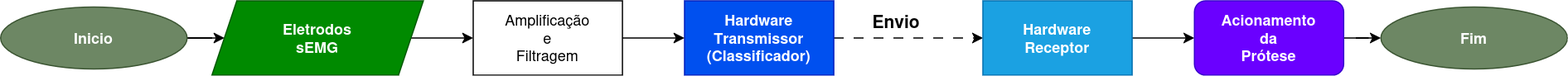
Earlier version of the draw.io export 3_proposta_desenvolvimento/assets/FluxogramaGeralHorizontal.png (SrAlegre/TCC). Source tidied: cells renumbered, new cells last; positions are measured from the earlier drawing's top-left corner, leaving out a move shared by most shapes. Its diagram source:
```xml
<mxGraphModel>
  <root>
    <mxCell id="0" />
    <mxCell id="1" parent="0" />
    <mxCell id="2" style="edgeStyle=orthogonalEdgeStyle;rounded=0;jettySize=auto;html=1;fontStyle=1;strokeColor=light-dark(#000000,#141414);" parent="1" edge="1" source="3" target="5">
      <mxGeometry relative="1" as="geometry" />
    </mxCell>
    <mxCell id="3" value="Inicio" style="ellipse;whiteSpace=wrap;html=1;fillColor=#6d8764;fontColor=#ffffff;strokeColor=#3A5431;fontStyle=1;" parent="1" vertex="1">
      <mxGeometry y="5" width="150" height="50" as="geometry" />
    </mxCell>
    <mxCell id="4" style="edgeStyle=orthogonalEdgeStyle;rounded=0;jettySize=auto;html=1;" parent="1" edge="1" source="5" target="15">
      <mxGeometry relative="1" as="geometry" />
    </mxCell>
    <mxCell id="5" value="&lt;div&gt;Eletrodos&lt;/div&gt;&lt;div&gt;sEMG&lt;/div&gt;" style="shape=parallelogram;perimeter=parallelogramPerimeter;whiteSpace=wrap;html=1;fixedSize=1;fillColor=#008a00;fontColor=#ffffff;strokeColor=#005700;fontStyle=1;" parent="1" vertex="1">
      <mxGeometry x="170" width="170" height="60" as="geometry" />
    </mxCell>
    <mxCell id="6" style="edgeStyle=orthogonalEdgeStyle;rounded=0;jettySize=auto;html=1;fontStyle=1;dashed=1;dashPattern=8 8;strokeColor=light-dark(#000000,#141414);align=center;" parent="1" edge="1" source="8" target="10">
      <mxGeometry relative="1" as="geometry" />
    </mxCell>
    <mxCell id="7" value="Envio" style="edgeLabel;html=1;align=center;verticalAlign=middle;fontStyle=1;fontSize=14;" parent="6" vertex="1">
      <mxGeometry x="-0.33" y="6" relative="1" as="geometry">
        <mxPoint x="9" y="-8" as="offset" />
      </mxGeometry>
    </mxCell>
    <mxCell id="8" value="&lt;div&gt;Hardware&lt;/div&gt;&lt;div&gt;Transmissor&lt;/div&gt;(Classificador)" style="rounded=0;whiteSpace=wrap;html=1;fillColor=#0050ef;fontColor=#ffffff;strokeColor=#001DBC;fontStyle=1;" parent="1" vertex="1">
      <mxGeometry x="550" width="120" height="60" as="geometry" />
    </mxCell>
    <mxCell id="9" style="edgeStyle=orthogonalEdgeStyle;rounded=0;jettySize=auto;html=1;fontStyle=1;strokeColor=light-dark(#000000,#141414);" parent="1" edge="1" source="10" target="12">
      <mxGeometry relative="1" as="geometry" />
    </mxCell>
    <mxCell id="10" value="&lt;div&gt;Hardware&lt;/div&gt;&lt;div&gt;Receptor&lt;/div&gt;" style="rounded=0;whiteSpace=wrap;html=1;fillColor=#1ba1e2;fontColor=#ffffff;strokeColor=#006EAF;fontStyle=1;" parent="1" vertex="1">
      <mxGeometry x="790" width="120" height="60" as="geometry" />
    </mxCell>
    <mxCell id="11" style="edgeStyle=orthogonalEdgeStyle;rounded=0;jettySize=auto;html=1;strokeColor=light-dark(#000000,#141414);" parent="1" edge="1" source="12" target="13">
      <mxGeometry relative="1" as="geometry" />
    </mxCell>
    <mxCell id="12" value="&lt;div&gt;Acionamento&lt;/div&gt;&lt;div&gt;da&lt;/div&gt;&lt;div&gt;&lt;span&gt;Prótese&lt;/span&gt;&lt;/div&gt;" style="rounded=1;whiteSpace=wrap;html=1;fillColor=#6a00ff;strokeColor=#3700CC;fontStyle=1;fontColor=#ffffff;" parent="1" vertex="1">
      <mxGeometry x="960" width="120" height="60" as="geometry" />
    </mxCell>
    <mxCell id="13" value="Fim" style="ellipse;whiteSpace=wrap;html=1;fillColor=#6d8764;fontColor=#ffffff;strokeColor=#3A5431;fontStyle=1;" parent="1" vertex="1">
      <mxGeometry x="1110" y="5" width="150" height="50" as="geometry" />
    </mxCell>
    <mxCell id="14" style="edgeStyle=orthogonalEdgeStyle;rounded=0;jettySize=auto;html=1;" parent="1" edge="1" source="15" target="8">
      <mxGeometry relative="1" as="geometry" />
    </mxCell>
    <mxCell id="15" value="&lt;div&gt;Amplificação&lt;/div&gt;&lt;div&gt;e&lt;/div&gt;&lt;div&gt;Filtragem&lt;/div&gt;" style="rounded=0;whiteSpace=wrap;html=1;" parent="1" vertex="1">
      <mxGeometry x="380" width="120" height="60" as="geometry" />
    </mxCell>
  </root>
</mxGraphModel>
```
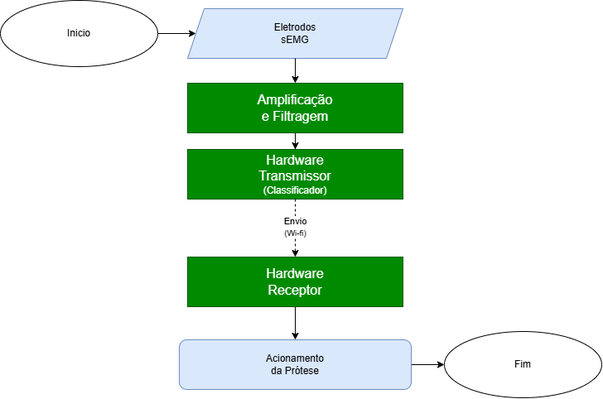
The same file after the commit.

Commit message:
Colocado fonte do autor e alterado a image do fluxograma

Diff of the diagram source:
```diff
@@ -2,49 +2,65 @@
   <root>
     <mxCell id="0" />
     <mxCell id="1" parent="0" />
-    <mxCell id="2" style="edgeStyle=orthogonalEdgeStyle;rounded=0;jettySize=auto;html=1;fontStyle=1;strokeColor=light-dark(#000000,#141414);" parent="1" edge="1" source="3" target="5">
+    <mxCell id="2" style="edgeStyle=orthogonalEdgeStyle;rounded=0;jettySize=auto;html=1;" parent="1" edge="1" source="3" target="5">
       <mxGeometry relative="1" as="geometry" />
     </mxCell>
-    <mxCell id="3" value="Inicio" style="ellipse;whiteSpace=wrap;html=1;fillColor=#6d8764;fontColor=#ffffff;strokeColor=#3A5431;fontStyle=1;" parent="1" vertex="1">
-      <mxGeometry y="5" width="150" height="50" as="geometry" />
+    <mxCell id="3" value="Inicio" style="ellipse;whiteSpace=wrap;html=1;" parent="1" vertex="1">
+      <mxGeometry x="54" y="-70" width="190" height="80" as="geometry" />
     </mxCell>
-    <mxCell id="4" style="edgeStyle=orthogonalEdgeStyle;rounded=0;jettySize=auto;html=1;" parent="1" edge="1" source="5" target="15">
-      <mxGeometry relative="1" as="geometry" />
-    </mxCell>
-    <mxCell id="5" value="&lt;div&gt;Eletrodos&lt;/div&gt;&lt;div&gt;sEMG&lt;/div&gt;" style="shape=parallelogram;perimeter=parallelogramPerimeter;whiteSpace=wrap;html=1;fixedSize=1;fillColor=#008a00;fontColor=#ffffff;strokeColor=#005700;fontStyle=1;" parent="1" vertex="1">
-      <mxGeometry x="170" width="170" height="60" as="geometry" />
-    </mxCell>
+    <mxCell id="14" style="edgeStyle=orthogonalEdgeStyle;rounded=0;jettySize=auto;html=1;" parent="1" edge="1" source="15" target="8">
+      <mxGeometry relative="1" as="geometry" />
+    </mxCell>
+    <mxCell id="15" value="&lt;div&gt;&lt;span style=&quot;font-size: 16px;&quot;&gt;Amplificação&lt;/span&gt;&lt;/div&gt;&lt;div&gt;&lt;span style=&quot;font-size: 16px;&quot;&gt;e Filtragem&lt;/span&gt;&lt;/div&gt;" style="rounded=0;whiteSpace=wrap;html=1;fillColor=#008a00;fontColor=#ffffff;strokeColor=#005700;" parent="1" vertex="1">
+      <mxGeometry x="280" y="30" width="260" height="60" as="geometry" />
+    </mxCell>
-    <mxCell id="6" style="edgeStyle=orthogonalEdgeStyle;rounded=0;jettySize=auto;html=1;fontStyle=1;dashed=1;dashPattern=8 8;strokeColor=light-dark(#000000,#141414);align=center;" parent="1" edge="1" source="8" target="10">
+    <mxCell id="6" style="edgeStyle=orthogonalEdgeStyle;rounded=0;jettySize=auto;html=1;dashed=1;" parent="1" edge="1" source="8" target="10">
       <mxGeometry relative="1" as="geometry" />
     </mxCell>
-    <mxCell id="7" value="Envio" style="edgeLabel;html=1;align=center;verticalAlign=middle;fontStyle=1;fontSize=14;" parent="6" vertex="1">
-      <mxGeometry x="-0.33" y="6" relative="1" as="geometry">
-        <mxPoint x="9" y="-8" as="offset" />
-      </mxGeometry>
-    </mxCell>
+    <mxCell id="16" value="Envio&lt;div&gt;&lt;font style=&quot;font-size: 10px;&quot;&gt;(Wi-fi)&lt;/font&gt;&lt;/div&gt;" style="edgeLabel;html=1;align=center;verticalAlign=middle;" parent="6" vertex="1">
+      <mxGeometry x="-0.04" y="-1" relative="1" as="geometry" />
+    </mxCell>
-    <mxCell id="8" value="&lt;div&gt;Hardware&lt;/div&gt;&lt;div&gt;Transmissor&lt;/div&gt;(Classificador)" style="rounded=0;whiteSpace=wrap;html=1;fillColor=#0050ef;fontColor=#ffffff;strokeColor=#001DBC;fontStyle=1;" parent="1" vertex="1">
-      <mxGeometry x="550" width="120" height="60" as="geometry" />
+    <mxCell id="8" value="&lt;span style=&quot;font-size: 16px;&quot;&gt;Hardware&lt;/span&gt;&lt;div&gt;&lt;span style=&quot;font-size: 16px;&quot;&gt;Transmissor&lt;/span&gt;&lt;/div&gt;&lt;div&gt;&lt;font&gt;(Classificador)&lt;/font&gt;&lt;/div&gt;" style="rounded=0;whiteSpace=wrap;html=1;fillColor=#008a00;fontColor=#ffffff;strokeColor=#005700;" parent="1" vertex="1">
+      <mxGeometry x="280" y="110" width="260" height="60" as="geometry" />
     </mxCell>
+    <mxCell id="17" style="edgeStyle=orthogonalEdgeStyle;rounded=0;jettySize=auto;html=1;" parent="1" edge="1" target="x">
+      <mxGeometry relative="1" as="geometry">
+        <mxPoint x="538" y="220" as="sourcePoint" />
+      </mxGeometry>
+    </mxCell>
+    <mxCell id="18" style="edgeStyle=orthogonalEdgeStyle;rounded=0;orthogonalLoop=1;jettySize=auto;html=1;innerLoopWaypoints=1;exitX=0.5;exitY=1;exitDx=0;exitDy=0;" parent="1" edge="1">
+      <mxGeometry relative="1" as="geometry">
+        <mxPoint x="659" y="260" as="sourcePoint" />
+        <mxPoint x="659" y="260" as="targetPoint" />
+      </mxGeometry>
+    </mxCell>
-    <mxCell id="9" style="edgeStyle=orthogonalEdgeStyle;rounded=0;jettySize=auto;html=1;fontStyle=1;strokeColor=light-dark(#000000,#141414);" parent="1" edge="1" source="10" target="12">
+    <mxCell id="9" style="edgeStyle=orthogonalEdgeStyle;rounded=0;jettySize=auto;html=1;" parent="1" edge="1" source="10" target="12">
       <mxGeometry relative="1" as="geometry" />
     </mxCell>
-    <mxCell id="10" value="&lt;div&gt;Hardware&lt;/div&gt;&lt;div&gt;Receptor&lt;/div&gt;" style="rounded=0;whiteSpace=wrap;html=1;fillColor=#1ba1e2;fontColor=#ffffff;strokeColor=#006EAF;fontStyle=1;" parent="1" vertex="1">
-      <mxGeometry x="790" width="120" height="60" as="geometry" />
+    <mxCell id="10" value="&lt;span style=&quot;font-size: 16px;&quot;&gt;Hardware&lt;/span&gt;&lt;div&gt;&lt;span style=&quot;font-size: 16px;&quot;&gt;Receptor&lt;/span&gt;&lt;/div&gt;" style="rounded=0;whiteSpace=wrap;html=1;fillColor=#008a00;fontColor=#ffffff;strokeColor=#005700;" parent="1" vertex="1">
+      <mxGeometry x="280" y="240" width="260" height="60" as="geometry" />
     </mxCell>
-    <mxCell id="11" style="edgeStyle=orthogonalEdgeStyle;rounded=0;jettySize=auto;html=1;strokeColor=light-dark(#000000,#141414);" parent="1" edge="1" source="12" target="13">
+    <mxCell id="11" style="edgeStyle=orthogonalEdgeStyle;rounded=0;jettySize=auto;html=1;" parent="1" edge="1" source="12" target="13">
       <mxGeometry relative="1" as="geometry" />
     </mxCell>
-    <mxCell id="12" value="&lt;div&gt;Acionamento&lt;/div&gt;&lt;div&gt;da&lt;/div&gt;&lt;div&gt;&lt;span&gt;Prótese&lt;/span&gt;&lt;/div&gt;" style="rounded=1;whiteSpace=wrap;html=1;fillColor=#6a00ff;strokeColor=#3700CC;fontStyle=1;fontColor=#ffffff;" parent="1" vertex="1">
-      <mxGeometry x="960" width="120" height="60" as="geometry" />
+    <mxCell id="12" value="Acionamento&lt;div&gt;da Prótese&lt;/div&gt;" style="rounded=1;whiteSpace=wrap;html=1;fillColor=#dae8fc;strokeColor=#6c8ebf;" parent="1" vertex="1">
+      <mxGeometry x="270" y="340" width="280" height="60" as="geometry" />
     </mxCell>
-    <mxCell id="13" value="Fim" style="ellipse;whiteSpace=wrap;html=1;fillColor=#6d8764;fontColor=#ffffff;strokeColor=#3A5431;fontStyle=1;" parent="1" vertex="1">
-      <mxGeometry x="1110" y="5" width="150" height="50" as="geometry" />
+    <mxCell id="13" value="Fim" style="ellipse;whiteSpace=wrap;html=1;" parent="1" vertex="1">
+      <mxGeometry x="590" y="330" width="190" height="80" as="geometry" />
     </mxCell>
-    <mxCell id="14" style="edgeStyle=orthogonalEdgeStyle;rounded=0;jettySize=auto;html=1;" parent="1" edge="1" source="15" target="8">
-      <mxGeometry relative="1" as="geometry" />
-    </mxCell>
-    <mxCell id="15" value="&lt;div&gt;Amplificação&lt;/div&gt;&lt;div&gt;e&lt;/div&gt;&lt;div&gt;Filtragem&lt;/div&gt;" style="rounded=0;whiteSpace=wrap;html=1;" parent="1" vertex="1">
-      <mxGeometry x="380" width="120" height="60" as="geometry" />
-    </mxCell>
+    <mxCell id="5" value="Eletrodos&lt;div&gt;sEMG&lt;/div&gt;" style="shape=parallelogram;perimeter=parallelogramPerimeter;whiteSpace=wrap;html=1;fixedSize=1;fillColor=#dae8fc;strokeColor=#6c8ebf;" parent="1" vertex="1">
+      <mxGeometry x="280" y="-60" width="260" height="60" as="geometry" />
+    </mxCell>
+    <mxCell id="19" style="edgeStyle=orthogonalEdgeStyle;rounded=0;orthogonalLoop=1;jettySize=auto;html=1;" parent="1" edge="1">
+      <mxGeometry relative="1" as="geometry">
+        <mxPoint x="410" as="sourcePoint" />
+        <mxPoint x="410" y="30" as="targetPoint" />
+        <Array as="points">
+          <mxPoint x="410" />
+          <mxPoint x="410" y="30" />
+        </Array>
+      </mxGeometry>
+    </mxCell>
   </root>
 </mxGraphModel>
```
